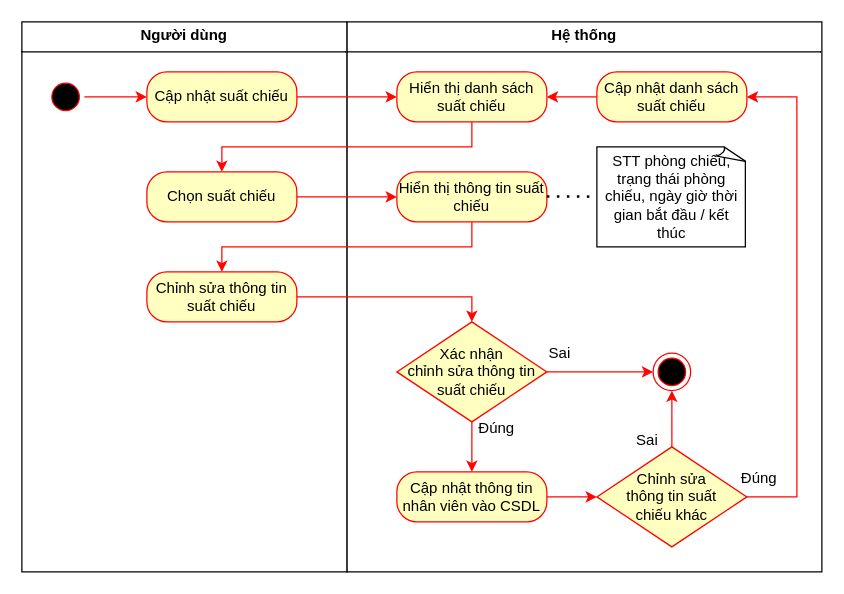
This is Sơ đồ hoạt động UC cập nhật suất chiếu.drawio from HaojackYT/DAA_SA, a draw.io file, before an edit. Source tidied: cells renumbered, new cells numbered last; positions are measured from the earlier drawing's top-left corner, leaving out a move shared by most shapes. Both pictures are drawn from the tidied source at 125%, with x=0, y=0 at pixel (21, 21).
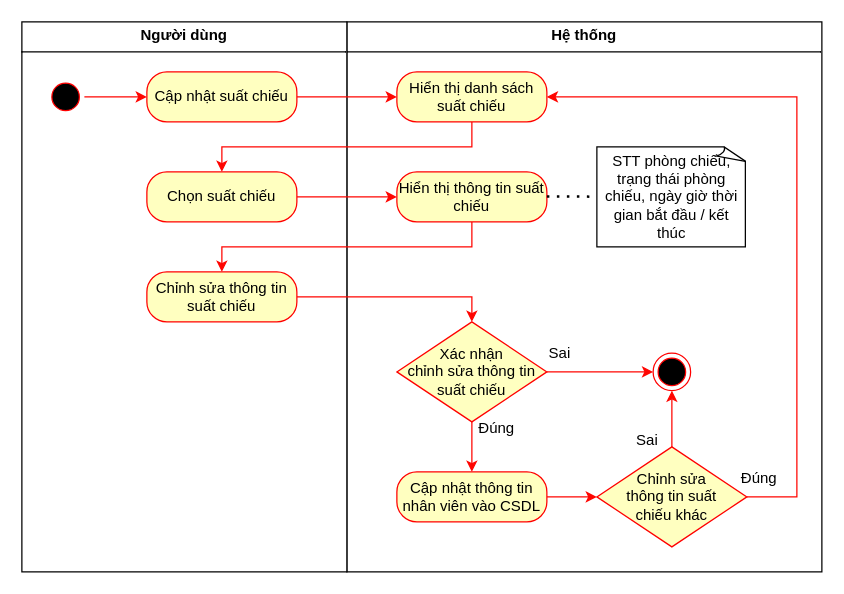
After the change.

Unchanged cells that the change refers to:
```xml
<mxCell id="9" value="Hiển thị danh sách suất chiếu" style="rounded=1;whiteSpace=wrap;html=1;arcSize=40;fontColor=#000000;fillColor=#ffffc0;strokeColor=#ff0000;" parent="1" vertex="1">
  <mxGeometry x="300" y="40" width="120" height="40" as="geometry" />
</mxCell>
<mxCell id="24" value="Chỉnh sửa&lt;br&gt;thông tin suất chiếu&amp;nbsp;khác" style="rhombus;whiteSpace=wrap;html=1;fontColor=#000000;fillColor=#ffffc0;strokeColor=#FF0000;" parent="1" vertex="1">
  <mxGeometry x="460" y="340" width="120" height="80" as="geometry" />
</mxCell>
```

The edit, as a diff of the source:
```diff
@@
-    <mxCell id="23" style="edgeStyle=orthogonalEdgeStyle;rounded=0;jettySize=auto;html=1;entryX=1;entryY=0.5;entryDx=0;entryDy=0;strokeColor=light-dark(#FF0500,#FFFFFF);" parent="1" edge="1" source="24" target="26">
+    <mxCell id="23" style="edgeStyle=orthogonalEdgeStyle;rounded=0;jettySize=auto;html=1;entryX=1;entryY=0.5;entryDx=0;entryDy=0;strokeColor=light-dark(#FF0500,#FFFFFF);" parent="1" edge="1" source="24" target="9">
       <mxGeometry relative="1" as="geometry">
         <Array as="points">
           <mxPoint x="620" y="380" />
           <mxPoint x="620" y="60" />
         </Array>
       </mxGeometry>
     </mxCell>
@@
-    <mxCell id="25" style="edgeStyle=orthogonalEdgeStyle;rounded=0;jettySize=auto;html=1;strokeColor=light-dark(#FF0500,#FFFFFF);" parent="1" edge="1" source="26" target="9">
-      <mxGeometry relative="1" as="geometry" />
-    </mxCell>
-    <mxCell id="26" value="Cập nhật danh sách&lt;br&gt;suất chiếu" style="rounded=1;whiteSpace=wrap;html=1;arcSize=40;fontColor=#000000;fillColor=#ffffc0;strokeColor=#ff0000;" parent="1" vertex="1">
-      <mxGeometry x="460" y="40" width="120" height="40" as="geometry" />
-    </mxCell>
```
